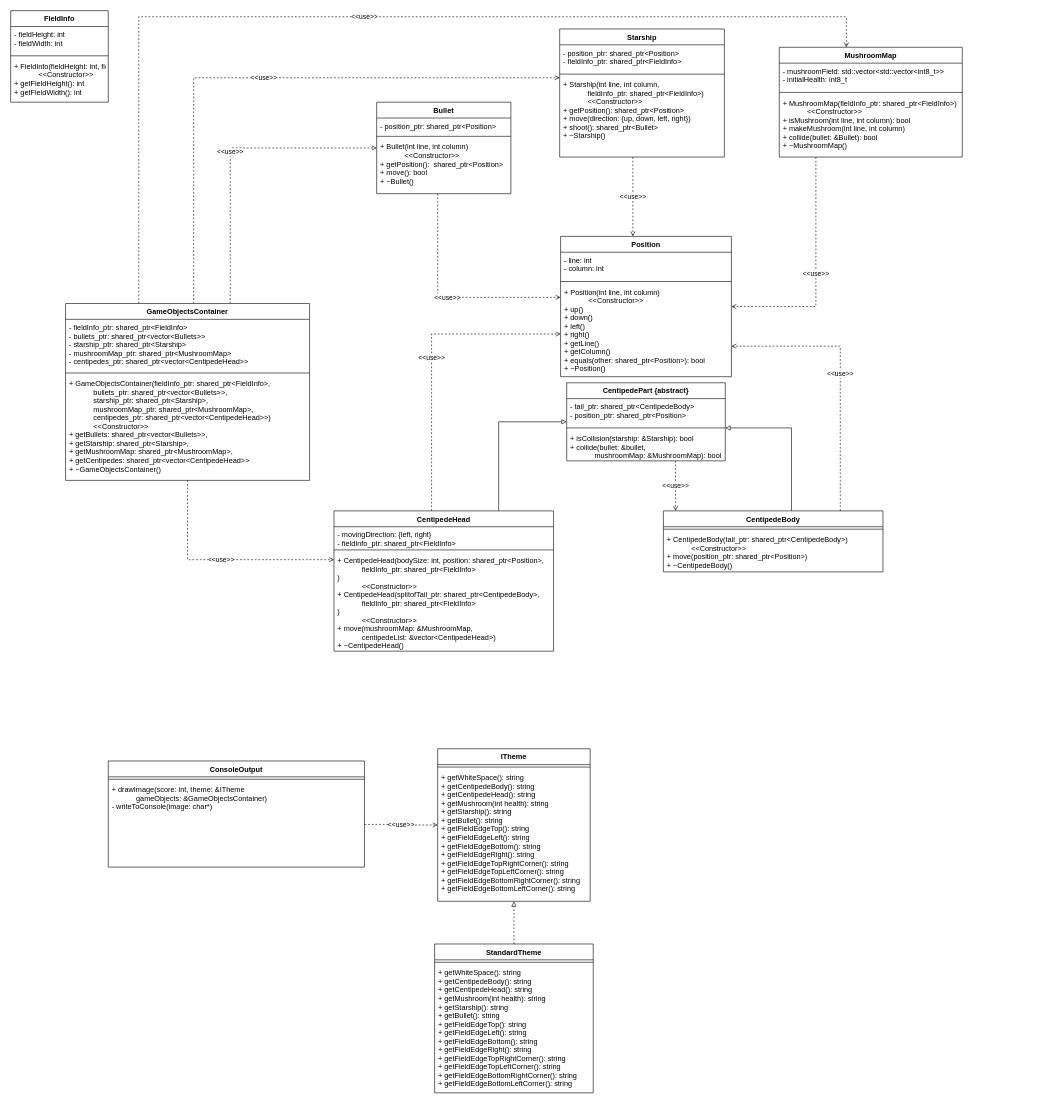
DHBW-Inf20/CentipedeCPP keeps this draw.io diagram as Projektplanung/CentipedeKlassendiagramm.drawio. Above is the earlier version. Source tidied: cells renumbered, new cells numbered last; positions are measured from the earlier drawing's top-left corner, leaving out a move shared by most shapes. Both pictures are drawn from the tidied source at 61%, with x=0, y=0 at pixel (10, 10).
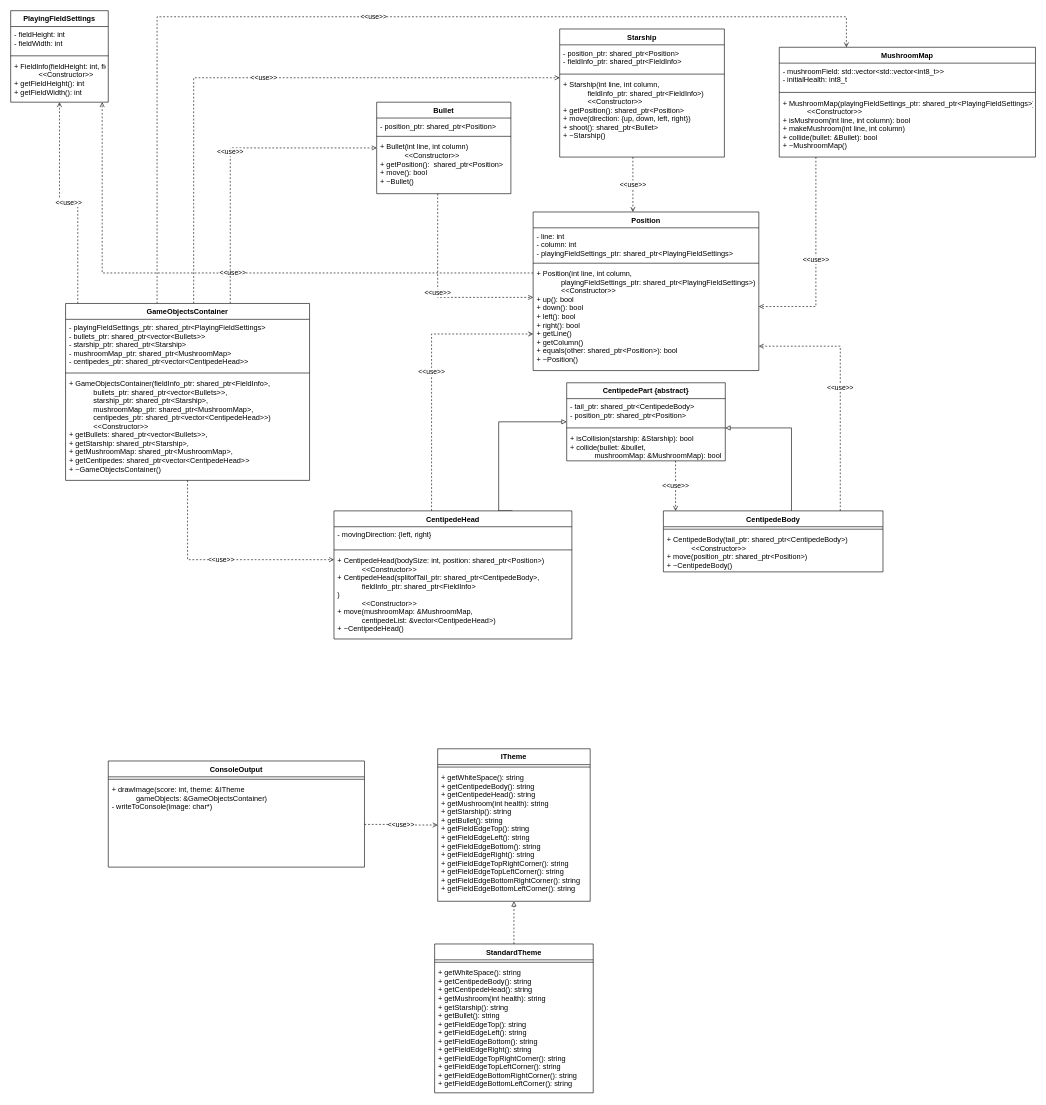
The same diagram, later.

Commit message:
Playing Field Settings

The change refers to these unchanged cells:
```xml
<mxCell id="41" value="GameObjectsContainer" style="swimlane;fontStyle=1;align=center;verticalAlign=top;horizontal=1;startSize=26;" parent="1" vertex="1">
  <mxGeometry x="90" y="480" width="400" height="290" as="geometry" />
</mxCell>
```

What changed in the source:
```diff
@@
     <mxCell id="4" value="CentipedeHead" style="swimlane;fontStyle=1;align=center;verticalAlign=top;horizontal=1;startSize=26;" parent="1" vertex="1">
-      <mxGeometry x="530" y="820" width="360" height="230" as="geometry" />
+      <mxGeometry x="530" y="820" width="390" height="210" as="geometry" />
     </mxCell>
-    <mxCell id="5" value="- movingDirection: {left, right}&#10;- fieldInfo_ptr: shared_ptr&lt;FieldInfo&gt;" style="text;strokeColor=none;fillColor=none;align=left;verticalAlign=top;spacingLeft=4;spacingRight=4;overflow=hidden;" parent="4" vertex="1">
-      <mxGeometry y="26" width="360" height="34" as="geometry" />
+    <mxCell id="5" value="- movingDirection: {left, right}" style="text;strokeColor=none;fillColor=none;align=left;verticalAlign=top;spacingLeft=4;spacingRight=4;overflow=hidden;" parent="4" vertex="1">
+      <mxGeometry y="26" width="390" height="34" as="geometry" />
     </mxCell>
     <mxCell id="6" style="line;strokeWidth=1;fillColor=none;align=left;verticalAlign=middle;spacingTop=-1;spacingLeft=3;spacingRight=3;labelPosition=right;" parent="4" vertex="1">
-      <mxGeometry y="60" width="360" height="8" as="geometry" />
+      <mxGeometry y="60" width="390" height="8" as="geometry" />
     </mxCell>
-    <mxCell id="7" value="+ CentipedeHead(bodySize: int, position: shared_ptr&lt;Position&gt;,&#10;            fieldInfo_ptr: shared_ptr&lt;FieldInfo&gt;&#10;)&#10;            &lt;&lt;Constructor&gt;&gt;&#10;+ CentipedeHead(splitofTail_ptr: shared_ptr&lt;CentipedeBody&gt;,&#10;            fieldInfo_ptr: shared_ptr&lt;FieldInfo&gt;&#10;)&#10;            &lt;&lt;Constructor&gt;&gt;&#10;+ move(mushroomMap: &amp;MushroomMap, &#10;            centipedeList: &amp;vector&lt;CentipedeHead&gt;)&#10;+ ~CentipedeHead()" style="text;strokeColor=none;fillColor=none;align=left;verticalAlign=top;spacingLeft=4;spacingRight=4;overflow=hidden;" parent="4" vertex="1">
-      <mxGeometry y="68" width="360" height="162" as="geometry" />
+    <mxCell id="7" value="+ CentipedeHead(bodySize: int, position: shared_ptr&lt;Position&gt;)&#10;            &lt;&lt;Constructor&gt;&gt;&#10;+ CentipedeHead(splitofTail_ptr: shared_ptr&lt;CentipedeBody&gt;,&#10;            fieldInfo_ptr: shared_ptr&lt;FieldInfo&gt;&#10;)&#10;            &lt;&lt;Constructor&gt;&gt;&#10;+ move(mushroomMap: &amp;MushroomMap, &#10;            centipedeList: &amp;vector&lt;CentipedeHead&gt;)&#10;+ ~CentipedeHead()" style="text;strokeColor=none;fillColor=none;align=left;verticalAlign=top;spacingLeft=4;spacingRight=4;overflow=hidden;" parent="4" vertex="1">
+      <mxGeometry y="68" width="390" height="142" as="geometry" />
     </mxCell>
     <mxCell id="8" value="Position" style="swimlane;fontStyle=1;align=center;verticalAlign=top;horizontal=1;startSize=26;" parent="1" vertex="1">
-      <mxGeometry x="901.5" y="370" width="280" height="230" as="geometry" />
+      <mxGeometry x="856.5" y="330" width="370" height="260" as="geometry" />
     </mxCell>
-    <mxCell id="9" value="- line: int&#10;- column: int" style="text;strokeColor=none;fillColor=none;align=left;verticalAlign=top;spacingLeft=4;spacingRight=4;overflow=hidden;" parent="8" vertex="1">
-      <mxGeometry y="26" width="280" height="44" as="geometry" />
+    <mxCell id="9" value="- line: int&#10;- column: int&#10;- playingFieldSettings_ptr: shared_ptr&lt;PlayingFieldSettings&gt;" style="text;strokeColor=none;fillColor=none;align=left;verticalAlign=top;spacingLeft=4;spacingRight=4;overflow=hidden;" parent="8" vertex="1">
+      <mxGeometry y="26" width="370" height="54" as="geometry" />
     </mxCell>
     <mxCell id="10" style="line;strokeWidth=1;fillColor=none;align=left;verticalAlign=middle;spacingTop=-1;spacingLeft=3;spacingRight=3;labelPosition=right;" parent="8" vertex="1">
-      <mxGeometry y="70" width="280" height="8" as="geometry" />
+      <mxGeometry y="80" width="370" height="8" as="geometry" />
     </mxCell>
-    <mxCell id="11" value="+ Position(int line, int column) &#10;            &lt;&lt;Constructor&gt;&gt;&#10;+ up()&#10;+ down()&#10;+ left()&#10;+ right()&#10;+ getLine()&#10;+ getColumn()&#10;+ equals(other: shared_ptr&lt;Position&gt;): bool&#10;+ ~Position()" style="text;strokeColor=none;fillColor=none;align=left;verticalAlign=top;spacingLeft=4;spacingRight=4;overflow=hidden;" parent="8" vertex="1">
-      <mxGeometry y="78" width="280" height="152" as="geometry" />
+    <mxCell id="11" value="+ Position(int line, int column,&#10;            playingFieldSettings_ptr: shared_ptr&lt;PlayingFieldSettings&gt;) &#10;            &lt;&lt;Constructor&gt;&gt;&#10;+ up(): bool&#10;+ down(): bool&#10;+ left(): bool&#10;+ right(): bool&#10;+ getLine()&#10;+ getColumn()&#10;+ equals(other: shared_ptr&lt;Position&gt;): bool&#10;+ ~Position()" style="text;strokeColor=none;fillColor=none;align=left;verticalAlign=top;spacingLeft=4;spacingRight=4;overflow=hidden;" parent="8" vertex="1">
+      <mxGeometry y="88" width="370" height="172" as="geometry" />
     </mxCell>
@@
+    <mxCell id="60" value="&amp;lt;&amp;lt;use&amp;gt;&amp;gt;" style="edgeStyle=orthogonalEdgeStyle;rounded=0;jettySize=auto;html=1;dashed=1;endArrow=open;endFill=0;" parent="1" edge="1" source="8" target="48">
+      <mxGeometry relative="1" as="geometry">
+        <Array as="points">
+          <mxPoint x="150" y="430" />
+        </Array>
+      </mxGeometry>
+    </mxCell>
@@
     <mxCell id="30" value="MushroomMap" style="swimlane;fontStyle=1;align=center;verticalAlign=top;horizontal=1;startSize=26;" parent="1" vertex="1">
-      <mxGeometry x="1260" y="60" width="300" height="180" as="geometry" />
+      <mxGeometry x="1260" y="60" width="420" height="180" as="geometry" />
     </mxCell>
     <mxCell id="31" value="- mushroomField: std::vector&lt;std::vector&lt;int8_t&gt;&gt;&#10;- initialHealth: int8_t " style="text;strokeColor=none;fillColor=none;align=left;verticalAlign=top;spacingLeft=4;spacingRight=4;overflow=hidden;" parent="30" vertex="1">
-      <mxGeometry y="26" width="300" height="44" as="geometry" />
+      <mxGeometry y="26" width="420" height="44" as="geometry" />
     </mxCell>
     <mxCell id="32" style="line;strokeWidth=1;fillColor=none;align=left;verticalAlign=middle;spacingTop=-1;spacingLeft=3;spacingRight=3;labelPosition=right;" parent="30" vertex="1">
-      <mxGeometry y="70" width="300" height="8" as="geometry" />
+      <mxGeometry y="70" width="420" height="8" as="geometry" />
     </mxCell>
-    <mxCell id="33" value="+ MushroomMap(fieldInfo_ptr: shared_ptr&lt;FieldInfo&gt;)&#10;            &lt;&lt;Constructor&gt;&gt;&#10;+ isMushroom(int line, int column): bool&#10;+ makeMushroom(int line, int column)&#10;+ collide(bullet: &amp;Bullet): bool&#10;+ ~MushroomMap()" style="text;strokeColor=none;fillColor=none;align=left;verticalAlign=top;spacingLeft=4;spacingRight=4;overflow=hidden;" parent="30" vertex="1">
-      <mxGeometry y="78" width="300" height="102" as="geometry" />
+    <mxCell id="33" value="+ MushroomMap(playingFieldSettings_ptr: shared_ptr&lt;PlayingFieldSettings&gt;)&#10;            &lt;&lt;Constructor&gt;&gt;&#10;+ isMushroom(int line, int column): bool&#10;+ makeMushroom(int line, int column)&#10;+ collide(bullet: &amp;Bullet): bool&#10;+ ~MushroomMap()" style="text;strokeColor=none;fillColor=none;align=left;verticalAlign=top;spacingLeft=4;spacingRight=4;overflow=hidden;" parent="30" vertex="1">
+      <mxGeometry y="78" width="420" height="102" as="geometry" />
     </mxCell>
@@
     <mxCell id="40" value="&amp;lt;&amp;lt;use&amp;gt;&amp;gt;" style="edgeStyle=orthogonalEdgeStyle;rounded=0;jettySize=auto;html=1;dashed=1;endArrow=open;endFill=0;" parent="1" edge="1" source="41" target="30">
       <mxGeometry relative="1" as="geometry">
         <Array as="points">
-          <mxPoint x="210" y="10" />
+          <mxPoint x="240" y="10" />
           <mxPoint x="1370" y="10" />
         </Array>
       </mxGeometry>
     </mxCell>
+    <mxCell id="61" value="&amp;lt;&amp;lt;use&amp;gt;&amp;gt;" style="edgeStyle=orthogonalEdgeStyle;rounded=0;jettySize=auto;html=1;dashed=1;endArrow=open;endFill=0;" parent="1" edge="1" source="41" target="48">
+      <mxGeometry relative="1" as="geometry">
+        <Array as="points">
+          <mxPoint x="110" y="315" />
+          <mxPoint x="80" y="315" />
+        </Array>
+      </mxGeometry>
+    </mxCell>
@@
-    <mxCell id="42" value="- fieldInfo_ptr: shared_ptr&lt;FieldInfo&gt;&#10;- bullets_ptr: shared_ptr&lt;vector&lt;Bullets&gt;&gt;&#10;- starship_ptr: shared_ptr&lt;Starship&gt;&#10;- mushroomMap_ptr: shared_ptr&lt;MushroomMap&gt;&#10;- centipedes_ptr: shared_ptr&lt;vector&lt;CentipedeHead&gt;&gt;" style="text;strokeColor=none;fillColor=none;align=left;verticalAlign=top;spacingLeft=4;spacingRight=4;overflow=hidden;" parent="41" vertex="1">
+    <mxCell id="42" value="- playingFieldSettings_ptr: shared_ptr&lt;PlayingFieldSettings&gt;&#10;- bullets_ptr: shared_ptr&lt;vector&lt;Bullets&gt;&gt;&#10;- starship_ptr: shared_ptr&lt;Starship&gt;&#10;- mushroomMap_ptr: shared_ptr&lt;MushroomMap&gt;&#10;- centipedes_ptr: shared_ptr&lt;vector&lt;CentipedeHead&gt;&gt;" style="text;strokeColor=none;fillColor=none;align=left;verticalAlign=top;spacingLeft=4;spacingRight=4;overflow=hidden;" parent="41" vertex="1">
       <mxGeometry y="26" width="400" height="84" as="geometry" />
     </mxCell>
@@
-    <mxCell id="48" value="FieldInfo" style="swimlane;fontStyle=1;align=center;verticalAlign=top;horizontal=1;startSize=26;" parent="1" vertex="1">
+    <mxCell id="48" value="PlayingFieldSettings" style="swimlane;fontStyle=1;align=center;verticalAlign=top;horizontal=1;startSize=26;" parent="1" vertex="1">
       <mxGeometry width="160" height="150" as="geometry" />
     </mxCell>
```
